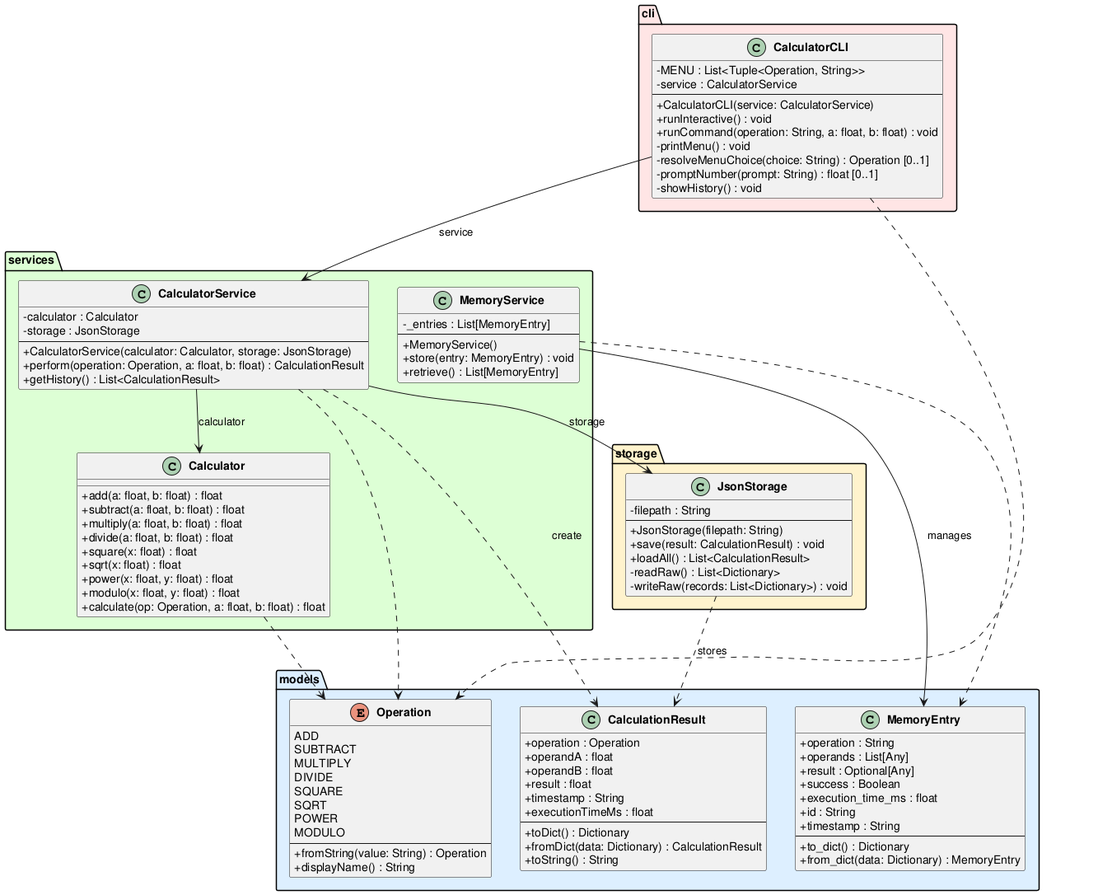
Above: experiments/broadcast/test_driven/calculator/artifacts/class_diagram.png in DanielRiha8906/Software_autoevolution_using_agents (PlantUML), before the change.
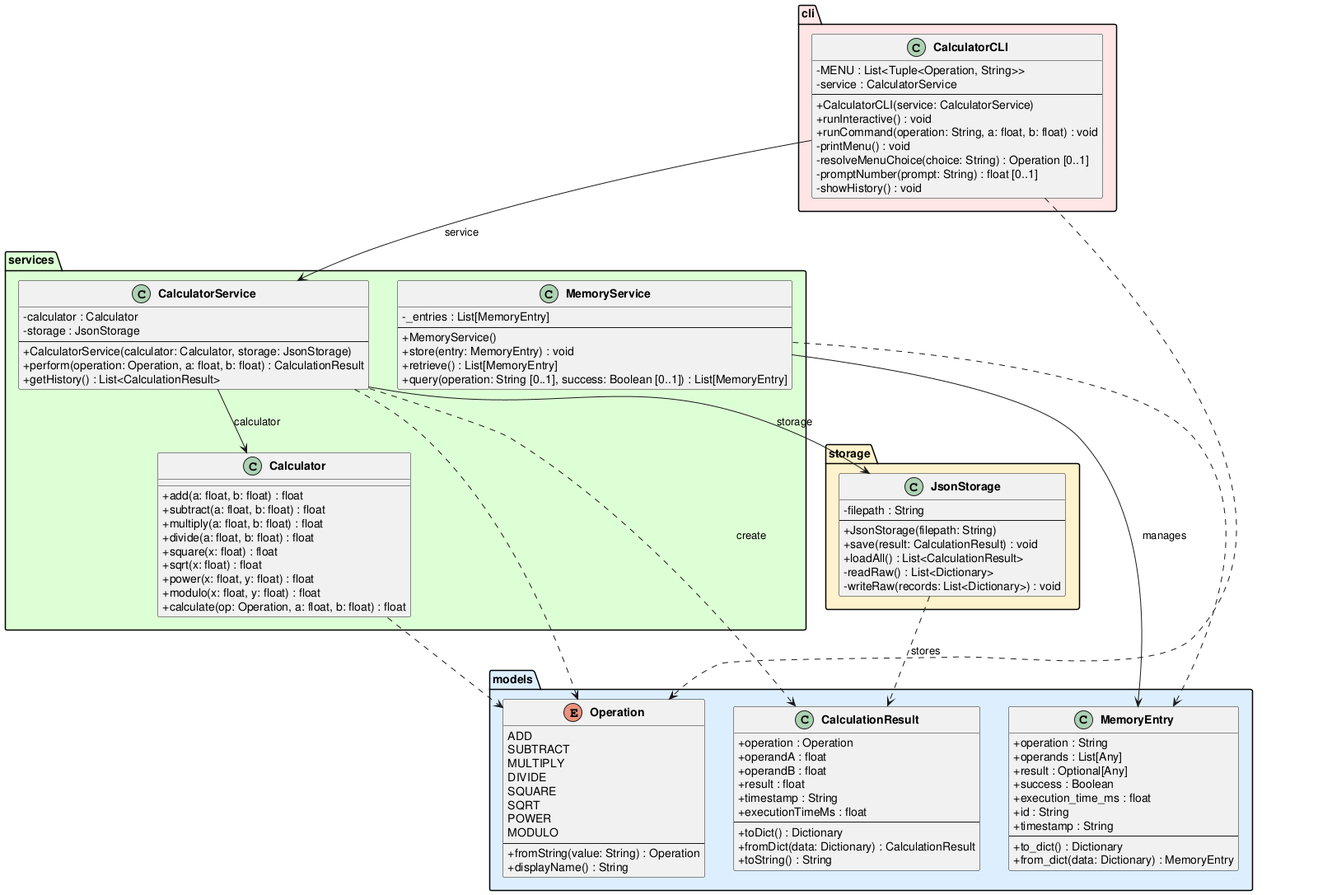
Later version of the same file.

Diff of the diagram source:
```diff
@@ -73,6 +73,7 @@
         +MemoryService()
         +store(entry: MemoryEntry) : void
         +retrieve() : List[MemoryEntry]
+        +query(operation: String [0..1], success: Boolean [0..1]) : List[MemoryEntry]
     }
 }
 
```
